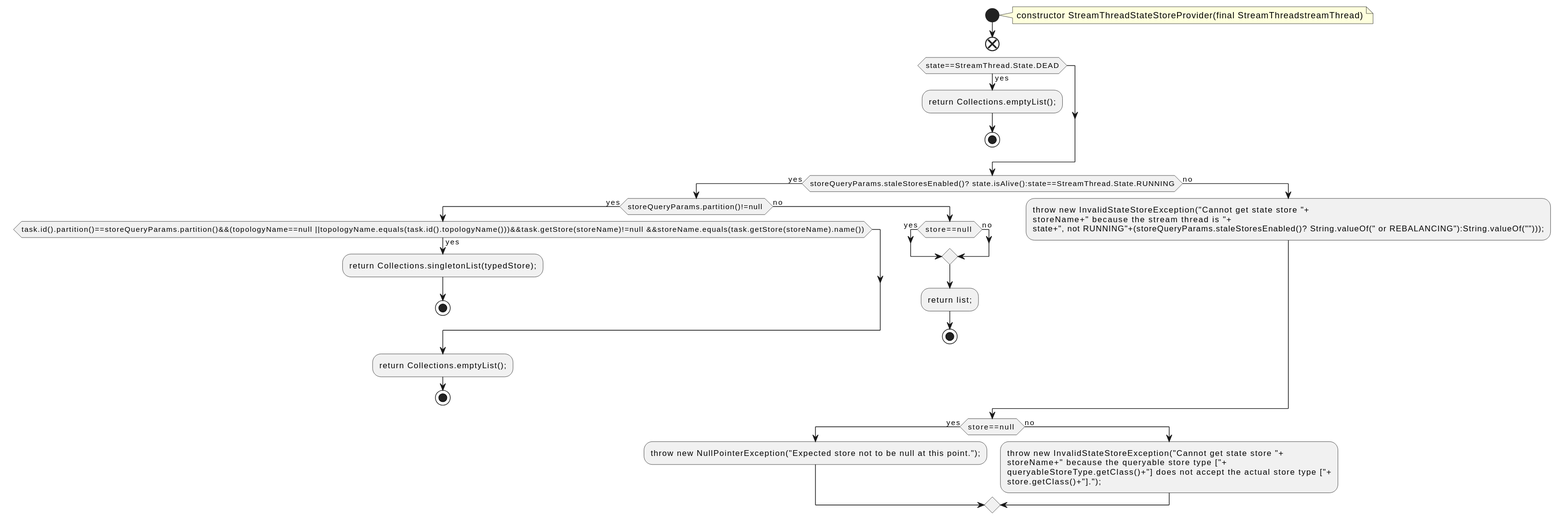
Above: docs/qc/streams/src/main/java/org/apache/kafka/streams/state/internals/StreamThreadStateStoreProvider.java.fct.svg in qualitesys/kafka (PlantUML), before the change.
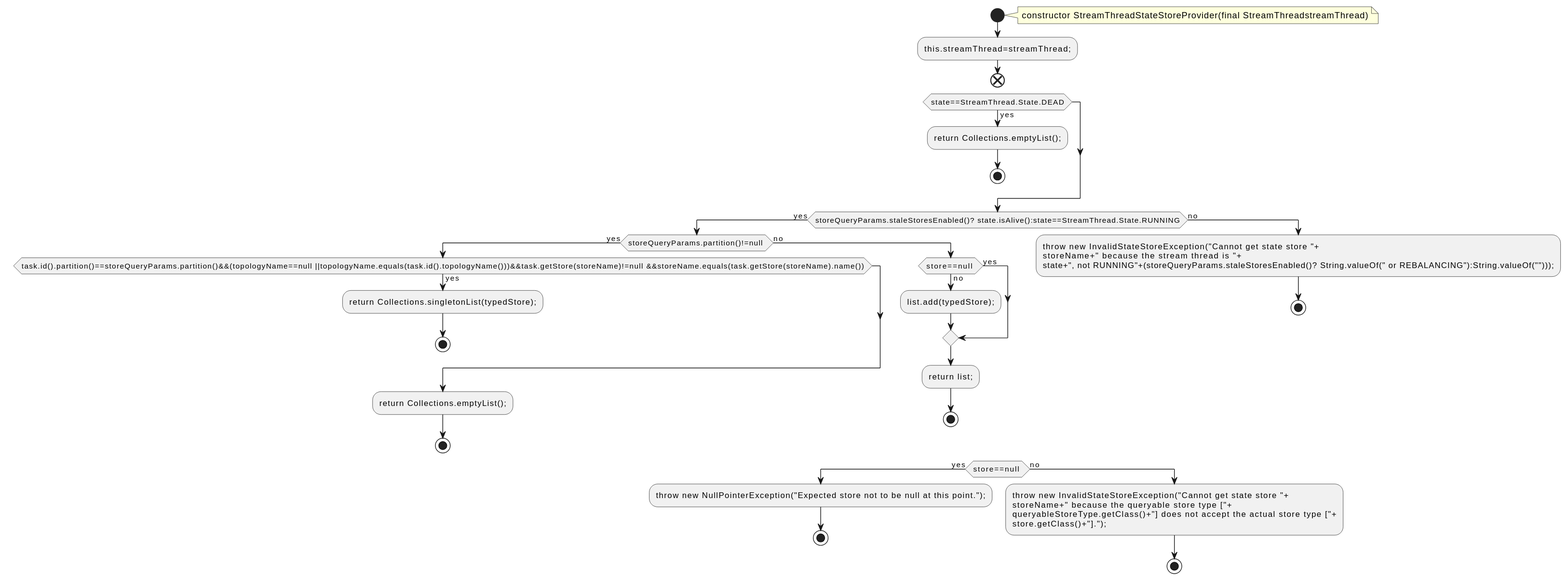
The same file after the commit.

What changed in the source:
```diff
@@ -4,6 +4,7 @@
 note right
 constructor StreamThreadStateStoreProvider(final StreamThreadstreamThread)
 end note
+:this.streamThread=streamThread;;
 end
 if (state==StreamThread.State.DEAD) then (yes)
 :return Collections.emptyList();;
@@ -20,6 +21,7 @@
 else (no)
 if (store==null ) then (yes)
 else (no)
+:list.add(typedStore);;
 endif
 :return list;;
 stop
@@ -28,13 +30,16 @@
 :throw new InvalidStateStoreException("Cannot get state store "+
 storeName+" because the stream thread is "+
 state+", not RUNNING"+(storeQueryParams.staleStoresEnabled()? String.valueOf(" or REBALANCING"):String.valueOf("")));;
+stop
 endif
 if (store==null ) then (yes)
 :throw new NullPointerException("Expected store not to be null at this point.");;
+stop
 else (no)
 :throw new InvalidStateStoreException("Cannot get state store "+
 storeName+" because the queryable store type ["+
 queryableStoreType.getClass()+"] does not accept the actual store type ["+
 store.getClass()+"].");;
+stop
 endif
 @enduml
```
